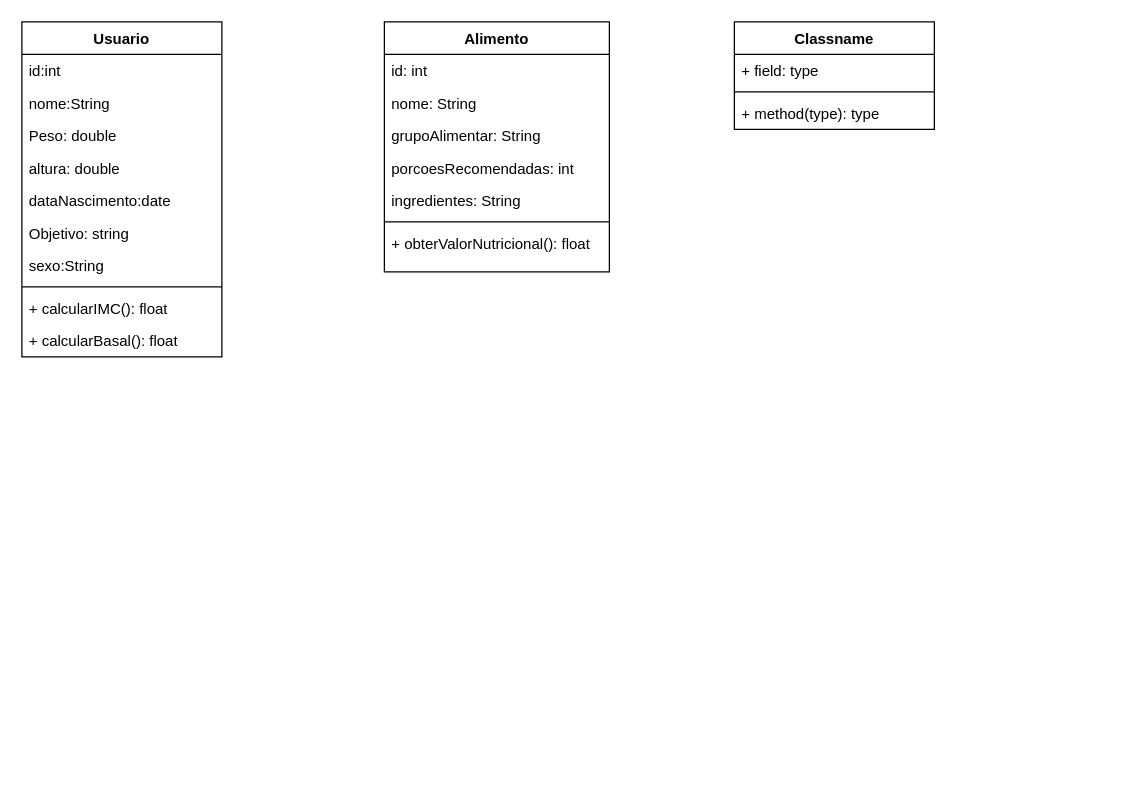
The draw.io diagram src/components/pages/Diagrama sem nome.drawio in joaopedro-wq/VitalityPLus, before the edit. Source tidied: cells renumbered, new cells numbered last; positions are measured from the earlier drawing's top-left corner, leaving out a move shared by most shapes. Both pictures are drawn from the tidied source at 125%, with x=0, y=0 at pixel (21, 21).
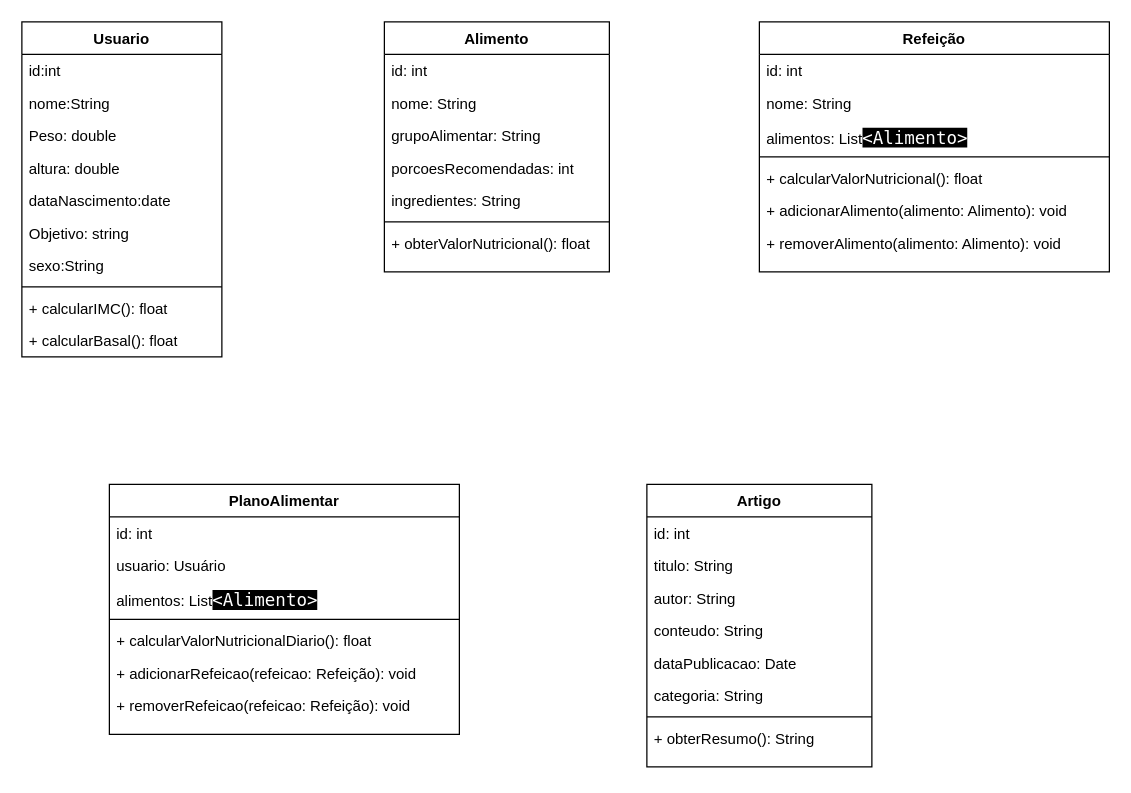
The same page after the edit.

What changed in the source:
```diff
@@
-    <mxCell id="21" value="Classname" style="swimlane;fontStyle=1;align=center;verticalAlign=top;horizontal=1;startSize=26;whiteSpace=wrap;html=1;" parent="1" vertex="1">
-      <mxGeometry x="570" width="160" height="86" as="geometry" />
+    <mxCell id="21" value="Refeição" style="swimlane;fontStyle=1;align=center;verticalAlign=top;horizontal=1;startSize=26;whiteSpace=wrap;html=1;" parent="1" vertex="1">
+      <mxGeometry x="590" width="280" height="200" as="geometry" />
     </mxCell>
+    <mxCell id="25" value="id: int" style="text;strokeColor=none;fillColor=none;align=left;verticalAlign=top;spacingLeft=4;spacingRight=4;overflow=hidden;whiteSpace=wrap;html=1;" parent="21" vertex="1">
+      <mxGeometry y="26" width="280" height="26" as="geometry" />
+    </mxCell>
+    <mxCell id="26" value="nome: String" style="text;strokeColor=none;fillColor=none;align=left;verticalAlign=top;spacingLeft=4;spacingRight=4;overflow=hidden;whiteSpace=wrap;html=1;" parent="21" vertex="1">
+      <mxGeometry y="52" width="280" height="26" as="geometry" />
+    </mxCell>
-    <mxCell id="22" value="+ field: type" style="text;strokeColor=none;fillColor=none;align=left;verticalAlign=top;spacingLeft=4;spacingRight=4;overflow=hidden;whiteSpace=wrap;html=1;" parent="21" vertex="1">
-      <mxGeometry y="26" width="160" height="26" as="geometry" />
+    <mxCell id="22" value="alimentos: List&lt;span style=&quot;border: 0px solid rgb(217, 217, 227); box-sizing: border-box; --tw-border-spacing-x: 0; --tw-border-spacing-y: 0; --tw-translate-x: 0; --tw-translate-y: 0; --tw-rotate: 0; --tw-skew-x: 0; --tw-skew-y: 0; --tw-scale-x: 1; --tw-scale-y: 1; --tw-pan-x: ; --tw-pan-y: ; --tw-pinch-zoom: ; --tw-scroll-snap-strictness: proximity; --tw-gradient-from-position: ; --tw-gradient-via-position: ; --tw-gradient-to-position: ; --tw-ordinal: ; --tw-slashed-zero: ; --tw-numeric-figure: ; --tw-numeric-spacing: ; --tw-numeric-fraction: ; --tw-ring-inset: ; --tw-ring-offset-width: 0px; --tw-ring-offset-color: #fff; --tw-ring-color: rgba(69,89,164,.5); --tw-ring-offset-shadow: 0 0 transparent; --tw-ring-shadow: 0 0 transparent; --tw-shadow: 0 0 transparent; --tw-shadow-colored: 0 0 transparent; --tw-blur: ; --tw-brightness: ; --tw-contrast: ; --tw-grayscale: ; --tw-hue-rotate: ; --tw-invert: ; --tw-saturate: ; --tw-sepia: ; --tw-drop-shadow: ; --tw-backdrop-blur: ; --tw-backdrop-brightness: ; --tw-backdrop-contrast: ; --tw-backdrop-grayscale: ; --tw-backdrop-hue-rotate: ; --tw-backdrop-invert: ; --tw-backdrop-opacity: ; --tw-backdrop-saturate: ; --tw-backdrop-sepia: ; color: rgb(255, 255, 255); font-family: &amp;quot;Söhne Mono&amp;quot;, Monaco, &amp;quot;Andale Mono&amp;quot;, &amp;quot;Ubuntu Mono&amp;quot;, monospace; font-size: 14px; background-color: rgb(0, 0, 0);&quot; class=&quot;xml&quot;&gt;&lt;span style=&quot;border: 0px solid rgb(217, 217, 227); box-sizing: border-box; --tw-border-spacing-x: 0; --tw-border-spacing-y: 0; --tw-translate-x: 0; --tw-translate-y: 0; --tw-rotate: 0; --tw-skew-x: 0; --tw-skew-y: 0; --tw-scale-x: 1; --tw-scale-y: 1; --tw-pan-x: ; --tw-pan-y: ; --tw-pinch-zoom: ; --tw-scroll-snap-strictness: proximity; --tw-gradient-from-position: ; --tw-gradient-via-position: ; --tw-gradient-to-position: ; --tw-ordinal: ; --tw-slashed-zero: ; --tw-numeric-figure: ; --tw-numeric-spacing: ; --tw-numeric-fraction: ; --tw-ring-inset: ; --tw-ring-offset-width: 0px; --tw-ring-offset-color: #fff; --tw-ring-color: rgba(69,89,164,.5); --tw-ring-offset-shadow: 0 0 transparent; --tw-ring-shadow: 0 0 transparent; --tw-shadow: 0 0 transparent; --tw-shadow-colored: 0 0 transparent; --tw-blur: ; --tw-brightness: ; --tw-contrast: ; --tw-grayscale: ; --tw-hue-rotate: ; --tw-invert: ; --tw-saturate: ; --tw-sepia: ; --tw-drop-shadow: ; --tw-backdrop-blur: ; --tw-backdrop-brightness: ; --tw-backdrop-contrast: ; --tw-backdrop-grayscale: ; --tw-backdrop-hue-rotate: ; --tw-backdrop-invert: ; --tw-backdrop-opacity: ; --tw-backdrop-saturate: ; --tw-backdrop-sepia: ;&quot; class=&quot;hljs-tag&quot;&gt;&amp;lt;&lt;span style=&quot;border: 0px solid rgb(217, 217, 227); box-sizing: border-box; --tw-border-spacing-x: 0; --tw-border-spacing-y: 0; --tw-translate-x: 0; --tw-translate-y: 0; --tw-rotate: 0; --tw-skew-x: 0; --tw-skew-y: 0; --tw-scale-x: 1; --tw-scale-y: 1; --tw-pan-x: ; --tw-pan-y: ; --tw-pinch-zoom: ; --tw-scroll-snap-strictness: proximity; --tw-gradient-from-position: ; --tw-gradient-via-position: ; --tw-gradient-to-position: ; --tw-ordinal: ; --tw-slashed-zero: ; --tw-numeric-figure: ; --tw-numeric-spacing: ; --tw-numeric-fraction: ; --tw-ring-inset: ; --tw-ring-offset-width: 0px; --tw-ring-offset-color: #fff; --tw-ring-color: rgba(69,89,164,.5); --tw-ring-offset-shadow: 0 0 transparent; --tw-ring-shadow: 0 0 transparent; --tw-shadow: 0 0 transparent; --tw-shadow-colored: 0 0 transparent; --tw-blur: ; --tw-brightness: ; --tw-contrast: ; --tw-grayscale: ; --tw-hue-rotate: ; --tw-invert: ; --tw-saturate: ; --tw-sepia: ; --tw-drop-shadow: ; --tw-backdrop-blur: ; --tw-backdrop-brightness: ; --tw-backdrop-contrast: ; --tw-backdrop-grayscale: ; --tw-backdrop-hue-rotate: ; --tw-backdrop-invert: ; --tw-backdrop-opacity: ; --tw-backdrop-saturate: ; --tw-backdrop-sepia: ;&quot; class=&quot;hljs-name&quot;&gt;Alimento&lt;/span&gt;&amp;gt;&lt;/span&gt;&lt;/span&gt;" style="text;strokeColor=none;fillColor=none;align=left;verticalAlign=top;spacingLeft=4;spacingRight=4;overflow=hidden;whiteSpace=wrap;html=1;" parent="21" vertex="1">
+      <mxGeometry y="78" width="280" height="26" as="geometry" />
     </mxCell>
     <mxCell id="23" style="line;strokeWidth=1;fillColor=none;align=left;verticalAlign=middle;spacingTop=-1;spacingLeft=3;spacingRight=3;labelPosition=right;strokeColor=inherit;" parent="21" vertex="1">
-      <mxGeometry y="52" width="160" height="8" as="geometry" />
+      <mxGeometry y="104" width="280" height="8" as="geometry" />
     </mxCell>
+    <mxCell id="27" value="+ calcularValorNutricional(): float" style="text;strokeColor=none;fillColor=none;align=left;verticalAlign=top;spacingLeft=4;spacingRight=4;overflow=hidden;whiteSpace=wrap;html=1;" parent="21" vertex="1">
+      <mxGeometry y="112" width="280" height="26" as="geometry" />
+    </mxCell>
+    <mxCell id="28" value="+ adicionarAlimento(alimento: Alimento): void" style="text;strokeColor=none;fillColor=none;align=left;verticalAlign=top;spacingLeft=4;spacingRight=4;overflow=hidden;whiteSpace=wrap;html=1;" parent="21" vertex="1">
+      <mxGeometry y="138" width="280" height="26" as="geometry" />
+    </mxCell>
-    <mxCell id="24" value="+ method(type): type" style="text;strokeColor=none;fillColor=none;align=left;verticalAlign=top;spacingLeft=4;spacingRight=4;overflow=hidden;whiteSpace=wrap;html=1;" parent="21" vertex="1">
-      <mxGeometry y="60" width="160" height="26" as="geometry" />
+    <mxCell id="24" value="+ removerAlimento(alimento: Alimento): void" style="text;strokeColor=none;fillColor=none;align=left;verticalAlign=top;spacingLeft=4;spacingRight=4;overflow=hidden;whiteSpace=wrap;html=1;" parent="21" vertex="1">
+      <mxGeometry y="164" width="280" height="36" as="geometry" />
     </mxCell>
+    <mxCell id="29" value="PlanoAlimentar" style="swimlane;fontStyle=1;align=center;verticalAlign=top;horizontal=1;startSize=26;whiteSpace=wrap;html=1;" parent="1" vertex="1">
+      <mxGeometry x="70" y="370" width="280" height="200" as="geometry" />
+    </mxCell>
+    <mxCell id="30" value="id: int" style="text;strokeColor=none;fillColor=none;align=left;verticalAlign=top;spacingLeft=4;spacingRight=4;overflow=hidden;whiteSpace=wrap;html=1;" parent="29" vertex="1">
+      <mxGeometry y="26" width="280" height="26" as="geometry" />
+    </mxCell>
+    <mxCell id="31" value="usuario: Usuário" style="text;strokeColor=none;fillColor=none;align=left;verticalAlign=top;spacingLeft=4;spacingRight=4;overflow=hidden;whiteSpace=wrap;html=1;" parent="29" vertex="1">
+      <mxGeometry y="52" width="280" height="26" as="geometry" />
+    </mxCell>
+    <mxCell id="32" value="alimentos: List&lt;span style=&quot;border: 0px solid rgb(217, 217, 227); box-sizing: border-box; --tw-border-spacing-x: 0; --tw-border-spacing-y: 0; --tw-translate-x: 0; --tw-translate-y: 0; --tw-rotate: 0; --tw-skew-x: 0; --tw-skew-y: 0; --tw-scale-x: 1; --tw-scale-y: 1; --tw-pan-x: ; --tw-pan-y: ; --tw-pinch-zoom: ; --tw-scroll-snap-strictness: proximity; --tw-gradient-from-position: ; --tw-gradient-via-position: ; --tw-gradient-to-position: ; --tw-ordinal: ; --tw-slashed-zero: ; --tw-numeric-figure: ; --tw-numeric-spacing: ; --tw-numeric-fraction: ; --tw-ring-inset: ; --tw-ring-offset-width: 0px; --tw-ring-offset-color: #fff; --tw-ring-color: rgba(69,89,164,.5); --tw-ring-offset-shadow: 0 0 transparent; --tw-ring-shadow: 0 0 transparent; --tw-shadow: 0 0 transparent; --tw-shadow-colored: 0 0 transparent; --tw-blur: ; --tw-brightness: ; --tw-contrast: ; --tw-grayscale: ; --tw-hue-rotate: ; --tw-invert: ; --tw-saturate: ; --tw-sepia: ; --tw-drop-shadow: ; --tw-backdrop-blur: ; --tw-backdrop-brightness: ; --tw-backdrop-contrast: ; --tw-backdrop-grayscale: ; --tw-backdrop-hue-rotate: ; --tw-backdrop-invert: ; --tw-backdrop-opacity: ; --tw-backdrop-saturate: ; --tw-backdrop-sepia: ; color: rgb(255, 255, 255); font-family: &amp;quot;Söhne Mono&amp;quot;, Monaco, &amp;quot;Andale Mono&amp;quot;, &amp;quot;Ubuntu Mono&amp;quot;, monospace; font-size: 14px; background-color: rgb(0, 0, 0);&quot; class=&quot;xml&quot;&gt;&lt;span style=&quot;border: 0px solid rgb(217, 217, 227); box-sizing: border-box; --tw-border-spacing-x: 0; --tw-border-spacing-y: 0; --tw-translate-x: 0; --tw-translate-y: 0; --tw-rotate: 0; --tw-skew-x: 0; --tw-skew-y: 0; --tw-scale-x: 1; --tw-scale-y: 1; --tw-pan-x: ; --tw-pan-y: ; --tw-pinch-zoom: ; --tw-scroll-snap-strictness: proximity; --tw-gradient-from-position: ; --tw-gradient-via-position: ; --tw-gradient-to-position: ; --tw-ordinal: ; --tw-slashed-zero: ; --tw-numeric-figure: ; --tw-numeric-spacing: ; --tw-numeric-fraction: ; --tw-ring-inset: ; --tw-ring-offset-width: 0px; --tw-ring-offset-color: #fff; --tw-ring-color: rgba(69,89,164,.5); --tw-ring-offset-shadow: 0 0 transparent; --tw-ring-shadow: 0 0 transparent; --tw-shadow: 0 0 transparent; --tw-shadow-colored: 0 0 transparent; --tw-blur: ; --tw-brightness: ; --tw-contrast: ; --tw-grayscale: ; --tw-hue-rotate: ; --tw-invert: ; --tw-saturate: ; --tw-sepia: ; --tw-drop-shadow: ; --tw-backdrop-blur: ; --tw-backdrop-brightness: ; --tw-backdrop-contrast: ; --tw-backdrop-grayscale: ; --tw-backdrop-hue-rotate: ; --tw-backdrop-invert: ; --tw-backdrop-opacity: ; --tw-backdrop-saturate: ; --tw-backdrop-sepia: ;&quot; class=&quot;hljs-tag&quot;&gt;&amp;lt;&lt;span style=&quot;border: 0px solid rgb(217, 217, 227); box-sizing: border-box; --tw-border-spacing-x: 0; --tw-border-spacing-y: 0; --tw-translate-x: 0; --tw-translate-y: 0; --tw-rotate: 0; --tw-skew-x: 0; --tw-skew-y: 0; --tw-scale-x: 1; --tw-scale-y: 1; --tw-pan-x: ; --tw-pan-y: ; --tw-pinch-zoom: ; --tw-scroll-snap-strictness: proximity; --tw-gradient-from-position: ; --tw-gradient-via-position: ; --tw-gradient-to-position: ; --tw-ordinal: ; --tw-slashed-zero: ; --tw-numeric-figure: ; --tw-numeric-spacing: ; --tw-numeric-fraction: ; --tw-ring-inset: ; --tw-ring-offset-width: 0px; --tw-ring-offset-color: #fff; --tw-ring-color: rgba(69,89,164,.5); --tw-ring-offset-shadow: 0 0 transparent; --tw-ring-shadow: 0 0 transparent; --tw-shadow: 0 0 transparent; --tw-shadow-colored: 0 0 transparent; --tw-blur: ; --tw-brightness: ; --tw-contrast: ; --tw-grayscale: ; --tw-hue-rotate: ; --tw-invert: ; --tw-saturate: ; --tw-sepia: ; --tw-drop-shadow: ; --tw-backdrop-blur: ; --tw-backdrop-brightness: ; --tw-backdrop-contrast: ; --tw-backdrop-grayscale: ; --tw-backdrop-hue-rotate: ; --tw-backdrop-invert: ; --tw-backdrop-opacity: ; --tw-backdrop-saturate: ; --tw-backdrop-sepia: ;&quot; class=&quot;hljs-name&quot;&gt;Alimento&lt;/span&gt;&amp;gt;&lt;/span&gt;&lt;/span&gt;" style="text;strokeColor=none;fillColor=none;align=left;verticalAlign=top;spacingLeft=4;spacingRight=4;overflow=hidden;whiteSpace=wrap;html=1;" parent="29" vertex="1">
+      <mxGeometry y="78" width="280" height="26" as="geometry" />
+    </mxCell>
+    <mxCell id="33" style="line;strokeWidth=1;fillColor=none;align=left;verticalAlign=middle;spacingTop=-1;spacingLeft=3;spacingRight=3;labelPosition=right;strokeColor=inherit;" parent="29" vertex="1">
+      <mxGeometry y="104" width="280" height="8" as="geometry" />
+    </mxCell>
+    <mxCell id="34" value="+ calcularValorNutricionalDiario(): float" style="text;strokeColor=none;fillColor=none;align=left;verticalAlign=top;spacingLeft=4;spacingRight=4;overflow=hidden;whiteSpace=wrap;html=1;" parent="29" vertex="1">
+      <mxGeometry y="112" width="280" height="26" as="geometry" />
+    </mxCell>
+    <mxCell id="35" value="+ adicionarRefeicao(refeicao: Refeição): void" style="text;strokeColor=none;fillColor=none;align=left;verticalAlign=top;spacingLeft=4;spacingRight=4;overflow=hidden;whiteSpace=wrap;html=1;" parent="29" vertex="1">
+      <mxGeometry y="138" width="280" height="26" as="geometry" />
+    </mxCell>
+    <mxCell id="36" value="+ removerRefeicao(refeicao: Refeição): void" style="text;strokeColor=none;fillColor=none;align=left;verticalAlign=top;spacingLeft=4;spacingRight=4;overflow=hidden;whiteSpace=wrap;html=1;" parent="29" vertex="1">
+      <mxGeometry y="164" width="280" height="36" as="geometry" />
+    </mxCell>
+    <mxCell id="37" value="Artigo" style="swimlane;fontStyle=1;align=center;verticalAlign=top;horizontal=1;startSize=26;whiteSpace=wrap;html=1;" parent="1" vertex="1">
+      <mxGeometry x="500" y="370" width="180" height="226" as="geometry" />
+    </mxCell>
+    <mxCell id="38" value="id: int" style="text;strokeColor=none;fillColor=none;align=left;verticalAlign=top;spacingLeft=4;spacingRight=4;overflow=hidden;whiteSpace=wrap;html=1;" parent="37" vertex="1">
+      <mxGeometry y="26" width="180" height="26" as="geometry" />
+    </mxCell>
+    <mxCell id="39" value="titulo: String" style="text;strokeColor=none;fillColor=none;align=left;verticalAlign=top;spacingLeft=4;spacingRight=4;overflow=hidden;whiteSpace=wrap;html=1;" parent="37" vertex="1">
+      <mxGeometry y="52" width="180" height="26" as="geometry" />
+    </mxCell>
+    <mxCell id="40" value="autor: String" style="text;strokeColor=none;fillColor=none;align=left;verticalAlign=top;spacingLeft=4;spacingRight=4;overflow=hidden;whiteSpace=wrap;html=1;" parent="37" vertex="1">
+      <mxGeometry y="78" width="180" height="26" as="geometry" />
+    </mxCell>
+    <mxCell id="41" value="conteudo: String" style="text;strokeColor=none;fillColor=none;align=left;verticalAlign=top;spacingLeft=4;spacingRight=4;overflow=hidden;whiteSpace=wrap;html=1;" parent="37" vertex="1">
+      <mxGeometry y="104" width="180" height="26" as="geometry" />
+    </mxCell>
+    <mxCell id="42" value="dataPublicacao: Date" style="text;strokeColor=none;fillColor=none;align=left;verticalAlign=top;spacingLeft=4;spacingRight=4;overflow=hidden;whiteSpace=wrap;html=1;" parent="37" vertex="1">
+      <mxGeometry y="130" width="180" height="26" as="geometry" />
+    </mxCell>
+    <mxCell id="43" value="categoria: String" style="text;strokeColor=none;fillColor=none;align=left;verticalAlign=top;spacingLeft=4;spacingRight=4;overflow=hidden;whiteSpace=wrap;html=1;" parent="37" vertex="1">
+      <mxGeometry y="156" width="180" height="26" as="geometry" />
+    </mxCell>
+    <mxCell id="44" style="line;strokeWidth=1;fillColor=none;align=left;verticalAlign=middle;spacingTop=-1;spacingLeft=3;spacingRight=3;labelPosition=right;strokeColor=inherit;" parent="37" vertex="1">
+      <mxGeometry y="182" width="180" height="8" as="geometry" />
+    </mxCell>
+    <mxCell id="45" value="+ obterResumo(): String" style="text;strokeColor=none;fillColor=none;align=left;verticalAlign=top;spacingLeft=4;spacingRight=4;overflow=hidden;whiteSpace=wrap;html=1;" parent="37" vertex="1">
+      <mxGeometry y="190" width="180" height="36" as="geometry" />
+    </mxCell>
```
